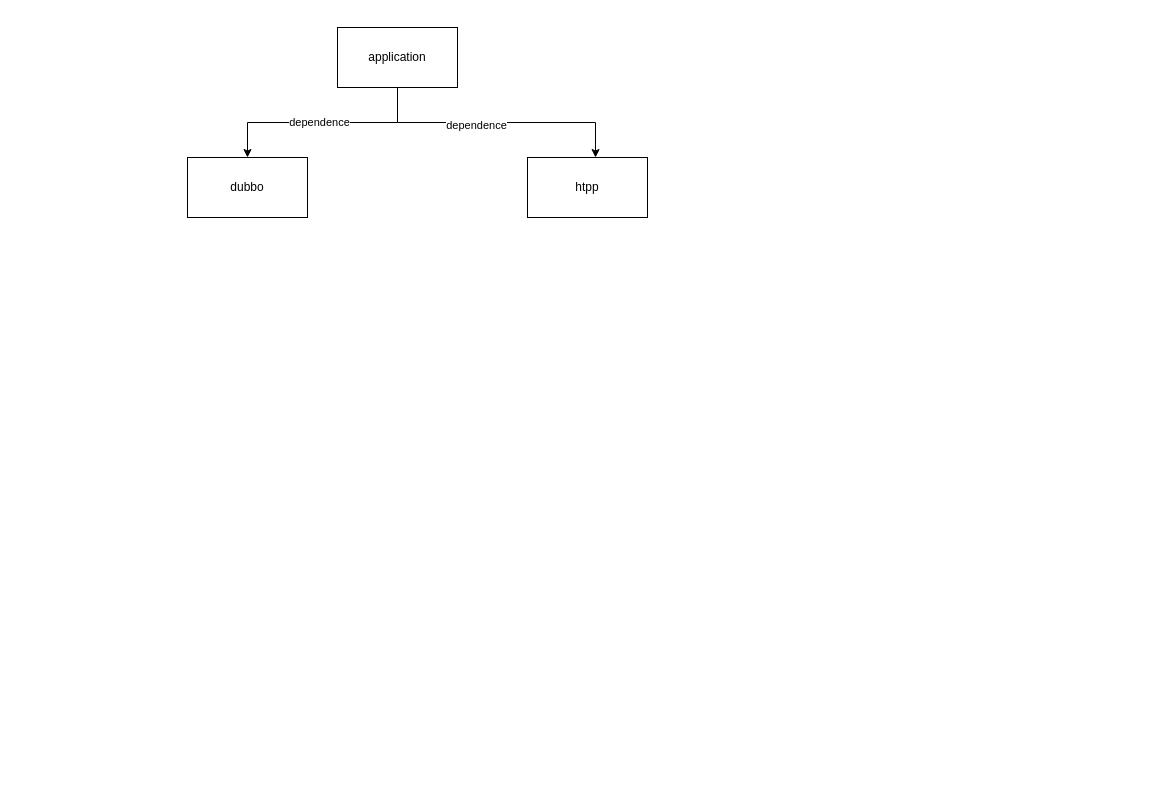
Before: 传易二代脚手架.drawio in catface996/images, a draw.io diagram. Source tidied: cells renumbered, new cells numbered last; positions are measured from the earlier drawing's top-left corner, leaving out a move shared by most shapes. Both pictures are drawn from the tidied source at 100%, with x=0, y=0 at pixel (187, 27).
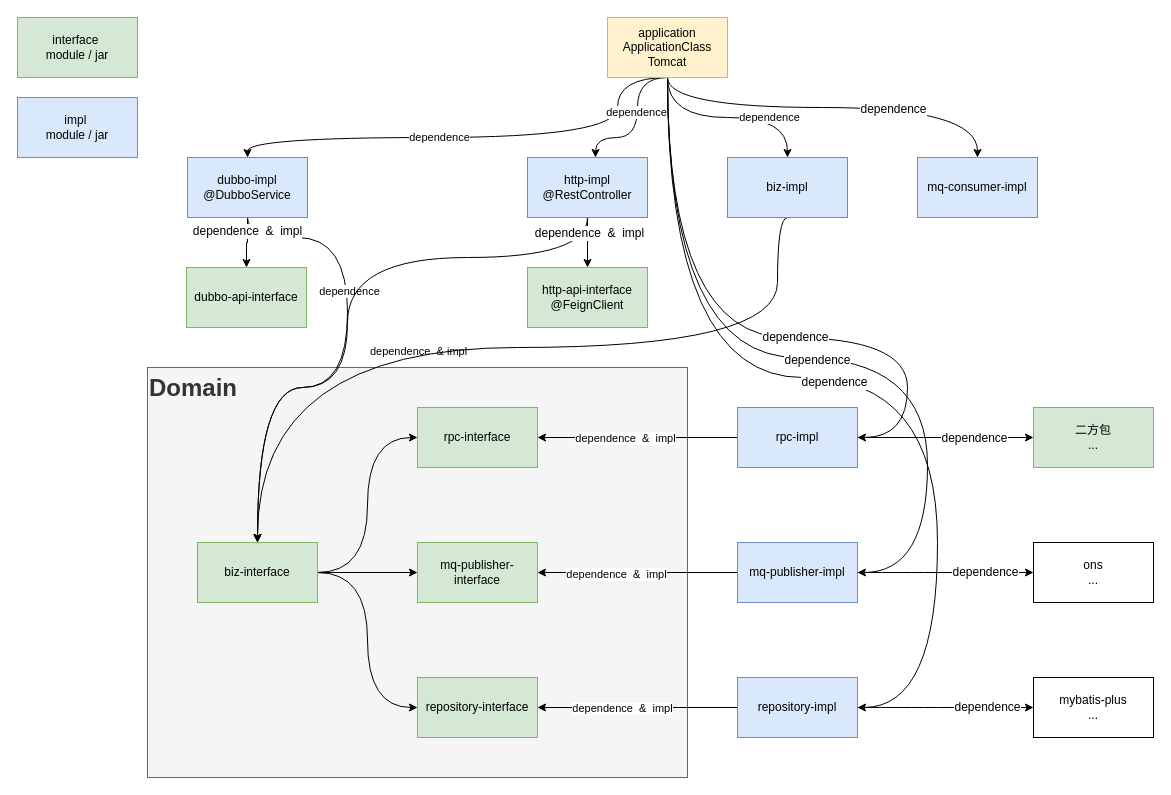
The same page after the edit.

Commit message (it also covers changes not shown here):
更新传易二代脚手架.drawio

Diff of the diagram source:
```diff
@@
+    <mxCell id="9" value="Domain" style="rounded=0;whiteSpace=wrap;html=1;fillColor=#f5f5f5;fontColor=#333333;strokeColor=#666666;verticalAlign=top;align=left;fontStyle=1;fontSize=24;" parent="1" vertex="1">
+      <mxGeometry x="-40" y="340" width="540" height="410" as="geometry" />
+    </mxCell>
-    <mxCell id="2" style="edgeStyle=orthogonalEdgeStyle;rounded=0;jettySize=auto;html=1;entryX=0.5;entryY=0;entryDx=0;entryDy=0;exitX=0.5;exitY=1;exitDx=0;exitDy=0;" parent="1" edge="1" source="6" target="7">
-      <mxGeometry relative="1" as="geometry" />
+    <mxCell id="2" style="edgeStyle=orthogonalEdgeStyle;rounded=0;jettySize=auto;html=1;entryX=0.5;entryY=0;entryDx=0;entryDy=0;exitX=0.5;exitY=1;exitDx=0;exitDy=0;curved=1;" parent="1" edge="1" source="6" target="7">
+      <mxGeometry relative="1" as="geometry">
+        <Array as="points">
+          <mxPoint x="430" y="50" />
+          <mxPoint x="430" y="110" />
+          <mxPoint x="60" y="110" />
+        </Array>
+      </mxGeometry>
     </mxCell>
@@
-    <mxCell id="4" style="edgeStyle=orthogonalEdgeStyle;rounded=0;jettySize=auto;html=1;entryX=0.567;entryY=0;entryDx=0;entryDy=0;entryPerimeter=0;exitX=0.5;exitY=1;exitDx=0;exitDy=0;" parent="1" edge="1" source="6" target="8">
-      <mxGeometry relative="1" as="geometry" />
+    <mxCell id="4" style="edgeStyle=orthogonalEdgeStyle;rounded=0;jettySize=auto;html=1;entryX=0.567;entryY=0;entryDx=0;entryDy=0;entryPerimeter=0;exitX=0.5;exitY=1;exitDx=0;exitDy=0;curved=1;" parent="1" edge="1" source="6" target="8">
+      <mxGeometry relative="1" as="geometry">
+        <Array as="points">
+          <mxPoint x="450" y="50" />
+          <mxPoint x="450" y="110" />
+          <mxPoint x="408" y="110" />
+        </Array>
+      </mxGeometry>
     </mxCell>
@@
+    <mxCell id="10" style="edgeStyle=orthogonalEdgeStyle;rounded=0;jettySize=auto;html=1;entryX=0.5;entryY=0;entryDx=0;entryDy=0;exitX=0.5;exitY=1;exitDx=0;exitDy=0;curved=1;" parent="1" edge="1" source="6" target="33">
+      <mxGeometry relative="1" as="geometry" />
+    </mxCell>
+    <mxCell id="11" value="dependence" style="edgeLabel;html=1;align=center;verticalAlign=middle;" parent="10" vertex="1">
+      <mxGeometry x="0.41" y="1" relative="1" as="geometry" />
+    </mxCell>
+    <mxCell id="12" style="edgeStyle=orthogonalEdgeStyle;curved=1;rounded=0;jettySize=auto;html=1;entryX=0.5;entryY=0;entryDx=0;entryDy=0;fontSize=12;exitX=0.5;exitY=1;exitDx=0;exitDy=0;" parent="1" edge="1" source="6" target="53">
+      <mxGeometry relative="1" as="geometry">
+        <Array as="points">
+          <mxPoint x="480" y="80" />
+          <mxPoint x="790" y="80" />
+        </Array>
+      </mxGeometry>
+    </mxCell>
+    <mxCell id="13" value="dependence" style="edgeLabel;html=1;align=center;verticalAlign=middle;fontSize=12;" parent="12" vertex="1">
+      <mxGeometry x="0.31" y="-1" relative="1" as="geometry" />
+    </mxCell>
+    <mxCell id="14" style="edgeStyle=orthogonalEdgeStyle;curved=1;rounded=0;jettySize=auto;html=1;entryX=1;entryY=0.5;entryDx=0;entryDy=0;fontSize=12;exitX=0.5;exitY=1;exitDx=0;exitDy=0;" parent="1" edge="1" source="6" target="43">
+      <mxGeometry relative="1" as="geometry">
+        <Array as="points">
+          <mxPoint x="480" y="310" />
+          <mxPoint x="720" y="310" />
+          <mxPoint x="720" y="410" />
+        </Array>
+      </mxGeometry>
+    </mxCell>
+    <mxCell id="15" value="dependence" style="edgeLabel;html=1;align=center;verticalAlign=middle;fontSize=12;" parent="14" vertex="1">
+      <mxGeometry x="0.19" y="1" relative="1" as="geometry" />
+    </mxCell>
+    <mxCell id="16" style="edgeStyle=orthogonalEdgeStyle;curved=1;rounded=0;jettySize=auto;html=1;entryX=1;entryY=0.5;entryDx=0;entryDy=0;fontSize=12;exitX=0.5;exitY=1;exitDx=0;exitDy=0;" parent="1" edge="1" source="6" target="48">
+      <mxGeometry relative="1" as="geometry">
+        <Array as="points">
+          <mxPoint x="480" y="330" />
+          <mxPoint x="740" y="330" />
+          <mxPoint x="740" y="545" />
+        </Array>
+      </mxGeometry>
+    </mxCell>
+    <mxCell id="17" value="dependence" style="edgeLabel;html=1;align=center;verticalAlign=middle;fontSize=12;" parent="16" vertex="1">
+      <mxGeometry x="0.04" y="-2" relative="1" as="geometry" />
+    </mxCell>
+    <mxCell id="18" style="edgeStyle=orthogonalEdgeStyle;curved=1;rounded=0;jettySize=auto;html=1;entryX=1;entryY=0.5;entryDx=0;entryDy=0;fontSize=12;exitX=0.5;exitY=1;exitDx=0;exitDy=0;" parent="1" edge="1" source="6" target="52">
+      <mxGeometry relative="1" as="geometry">
+        <Array as="points">
+          <mxPoint x="480" y="350" />
+          <mxPoint x="750" y="350" />
+          <mxPoint x="750" y="680" />
+        </Array>
+      </mxGeometry>
+    </mxCell>
+    <mxCell id="19" value="dependence" style="edgeLabel;html=1;align=center;verticalAlign=middle;fontSize=12;" parent="18" vertex="1">
+      <mxGeometry x="-0.05" y="-4" relative="1" as="geometry" />
+    </mxCell>
-    <mxCell id="6" value="application" style="rounded=0;whiteSpace=wrap;html=1;" parent="1" vertex="1">
-      <mxGeometry x="150" width="120" height="60" as="geometry" />
+    <mxCell id="6" value="application&lt;br&gt;ApplicationClass&lt;br&gt;Tomcat" style="rounded=0;whiteSpace=wrap;html=1;fillColor=#fff2cc;strokeColor=#d6b656;" parent="1" vertex="1">
+      <mxGeometry x="420" y="-10" width="120" height="60" as="geometry" />
     </mxCell>
+    <mxCell id="20" style="edgeStyle=orthogonalEdgeStyle;rounded=0;jettySize=auto;html=1;entryX=0.5;entryY=0;entryDx=0;entryDy=0;curved=1;exitX=0.5;exitY=1;exitDx=0;exitDy=0;" parent="1" edge="1" source="7" target="31">
+      <mxGeometry relative="1" as="geometry">
+        <Array as="points">
+          <mxPoint x="60" y="210" />
+          <mxPoint x="160" y="210" />
+          <mxPoint x="160" y="360" />
+          <mxPoint x="70" y="360" />
+        </Array>
+      </mxGeometry>
+    </mxCell>
+    <mxCell id="21" value="dependence" style="edgeLabel;html=1;align=center;verticalAlign=middle;" parent="20" vertex="1">
+      <mxGeometry x="-0.33" y="1" relative="1" as="geometry" />
+    </mxCell>
+    <mxCell id="22" style="edgeStyle=orthogonalEdgeStyle;rounded=0;jettySize=auto;html=1;entryX=0.5;entryY=0;entryDx=0;entryDy=0;fontSize=24;" parent="1" edge="1" source="7" target="34">
+      <mxGeometry relative="1" as="geometry" />
+    </mxCell>
+    <mxCell id="23" value="dependence&amp;nbsp; &amp;amp;&amp;nbsp; impl" style="edgeLabel;html=1;align=center;verticalAlign=middle;fontSize=12;" parent="22" vertex="1">
+      <mxGeometry x="-0.5" y="-1" relative="1" as="geometry" />
+    </mxCell>
-    <mxCell id="7" value="dubbo" style="rounded=0;whiteSpace=wrap;html=1;" parent="1" vertex="1">
+    <mxCell id="7" value="dubbo-impl&lt;br&gt;@DubboService" style="rounded=0;whiteSpace=wrap;html=1;fillColor=#dae8fc;strokeColor=#6c8ebf;" parent="1" vertex="1">
       <mxGeometry y="130" width="120" height="60" as="geometry" />
     </mxCell>
+    <mxCell id="24" style="edgeStyle=orthogonalEdgeStyle;rounded=0;jettySize=auto;html=1;entryX=0.5;entryY=0;entryDx=0;entryDy=0;exitX=0.5;exitY=1;exitDx=0;exitDy=0;curved=1;" parent="1" edge="1" source="8" target="31">
+      <mxGeometry relative="1" as="geometry">
+        <Array as="points">
+          <mxPoint x="400" y="230" />
+          <mxPoint x="160" y="230" />
+          <mxPoint x="160" y="360" />
+          <mxPoint x="70" y="360" />
+        </Array>
+      </mxGeometry>
+    </mxCell>
+    <mxCell id="25" value="dependence&amp;nbsp; &amp;amp; impl" style="edgeLabel;html=1;align=center;verticalAlign=middle;" parent="24" vertex="1">
+      <mxGeometry x="0.14" relative="1" as="geometry">
+        <mxPoint x="70" as="offset" />
+      </mxGeometry>
+    </mxCell>
+    <mxCell id="26" style="edgeStyle=orthogonalEdgeStyle;rounded=0;jettySize=auto;html=1;entryX=0.5;entryY=0;entryDx=0;entryDy=0;fontSize=12;" parent="1" edge="1" source="8" target="35">
+      <mxGeometry relative="1" as="geometry" />
+    </mxCell>
+    <mxCell id="27" value="dependence&amp;nbsp; &amp;amp;&amp;nbsp; impl" style="edgeLabel;html=1;align=center;verticalAlign=middle;fontSize=12;" parent="26" vertex="1">
+      <mxGeometry x="-0.4" y="1" relative="1" as="geometry" />
+    </mxCell>
-    <mxCell id="8" value="htpp" style="rounded=0;whiteSpace=wrap;html=1;" parent="1" vertex="1">
+    <mxCell id="8" value="http-impl&lt;br&gt;@RestController" style="rounded=0;whiteSpace=wrap;html=1;fillColor=#dae8fc;strokeColor=#6c8ebf;" parent="1" vertex="1">
       <mxGeometry x="340" y="130" width="120" height="60" as="geometry" />
     </mxCell>
+    <mxCell id="28" style="edgeStyle=orthogonalEdgeStyle;rounded=0;jettySize=auto;html=1;entryX=0;entryY=0.5;entryDx=0;entryDy=0;curved=1;" parent="1" edge="1" source="31" target="36">
+      <mxGeometry relative="1" as="geometry" />
+    </mxCell>
+    <mxCell id="29" style="edgeStyle=orthogonalEdgeStyle;rounded=0;jettySize=auto;html=1;entryX=0;entryY=0.5;entryDx=0;entryDy=0;" parent="1" edge="1" source="31" target="37">
+      <mxGeometry relative="1" as="geometry" />
+    </mxCell>
+    <mxCell id="30" style="edgeStyle=orthogonalEdgeStyle;rounded=0;jettySize=auto;html=1;entryX=0;entryY=0.5;entryDx=0;entryDy=0;curved=1;exitX=1;exitY=0.5;exitDx=0;exitDy=0;" parent="1" edge="1" source="31" target="38">
+      <mxGeometry relative="1" as="geometry" />
+    </mxCell>
+    <mxCell id="31" value="biz-interface&lt;br&gt;" style="rounded=0;whiteSpace=wrap;html=1;fillColor=#d5e8d4;strokeColor=#82b366;" parent="1" vertex="1">
+      <mxGeometry x="10" y="515" width="120" height="60" as="geometry" />
+    </mxCell>
+    <mxCell id="32" style="edgeStyle=orthogonalEdgeStyle;rounded=0;jettySize=auto;html=1;entryX=0.5;entryY=0;entryDx=0;entryDy=0;curved=1;exitX=0.5;exitY=1;exitDx=0;exitDy=0;" parent="1" edge="1" source="33" target="31">
+      <mxGeometry relative="1" as="geometry">
+        <Array as="points">
+          <mxPoint x="590" y="320" />
+          <mxPoint x="70" y="320" />
+        </Array>
+      </mxGeometry>
+    </mxCell>
+    <mxCell id="33" value="biz-impl" style="rounded=0;whiteSpace=wrap;html=1;fillColor=#dae8fc;strokeColor=#6c8ebf;" parent="1" vertex="1">
+      <mxGeometry x="540" y="130" width="120" height="60" as="geometry" />
+    </mxCell>
+    <mxCell id="34" value="dubbo-api-interface" style="rounded=0;whiteSpace=wrap;html=1;fillColor=#d5e8d4;strokeColor=#82b366;" parent="1" vertex="1">
+      <mxGeometry x="-1" y="240" width="120" height="60" as="geometry" />
+    </mxCell>
+    <mxCell id="35" value="http-api-interface&lt;br&gt;@FeignClient" style="rounded=0;whiteSpace=wrap;html=1;fillColor=#d5e8d4;strokeColor=#82b366;" parent="1" vertex="1">
+      <mxGeometry x="340" y="240" width="120" height="60" as="geometry" />
+    </mxCell>
+    <mxCell id="36" value="rpc-interface" style="rounded=0;whiteSpace=wrap;html=1;fillColor=#d5e8d4;strokeColor=#82b366;" parent="1" vertex="1">
+      <mxGeometry x="230" y="380" width="120" height="60" as="geometry" />
+    </mxCell>
+    <mxCell id="37" value="mq-publisher-interface" style="rounded=0;whiteSpace=wrap;html=1;fillColor=#d5e8d4;strokeColor=#82b366;" parent="1" vertex="1">
+      <mxGeometry x="230" y="515" width="120" height="60" as="geometry" />
+    </mxCell>
+    <mxCell id="38" value="repository-interface" style="rounded=0;whiteSpace=wrap;html=1;fillColor=#d5e8d4;strokeColor=#82b366;" parent="1" vertex="1">
+      <mxGeometry x="230" y="650" width="120" height="60" as="geometry" />
+    </mxCell>
+    <mxCell id="39" style="edgeStyle=orthogonalEdgeStyle;rounded=0;jettySize=auto;html=1;entryX=1;entryY=0.5;entryDx=0;entryDy=0;" parent="1" edge="1" source="43" target="36">
+      <mxGeometry relative="1" as="geometry" />
+    </mxCell>
+    <mxCell id="40" value="dependence&amp;nbsp; &amp;amp;&amp;nbsp; impl" style="edgeLabel;html=1;align=center;verticalAlign=middle;" parent="39" vertex="1">
+      <mxGeometry x="0.33" relative="1" as="geometry">
+        <mxPoint x="20" as="offset" />
+      </mxGeometry>
+    </mxCell>
+    <mxCell id="41" style="edgeStyle=orthogonalEdgeStyle;curved=1;rounded=0;jettySize=auto;html=1;entryX=0;entryY=0.5;entryDx=0;entryDy=0;fontSize=12;" parent="1" edge="1" source="43" target="54">
+      <mxGeometry relative="1" as="geometry" />
+    </mxCell>
+    <mxCell id="42" value="dependence" style="edgeLabel;html=1;align=center;verticalAlign=middle;fontSize=12;" parent="41" vertex="1">
+      <mxGeometry x="0.32" relative="1" as="geometry" />
+    </mxCell>
+    <mxCell id="43" value="rpc-impl" style="rounded=0;whiteSpace=wrap;html=1;fillColor=#dae8fc;strokeColor=#6c8ebf;" parent="1" vertex="1">
+      <mxGeometry x="550" y="380" width="120" height="60" as="geometry" />
+    </mxCell>
+    <mxCell id="44" style="edgeStyle=orthogonalEdgeStyle;rounded=0;jettySize=auto;html=1;entryX=1;entryY=0.5;entryDx=0;entryDy=0;" parent="1" edge="1" source="48" target="37">
+      <mxGeometry relative="1" as="geometry" />
+    </mxCell>
+    <mxCell id="45" value="dependence&amp;nbsp; &amp;amp;&amp;nbsp; impl" style="edgeLabel;html=1;align=center;verticalAlign=middle;" parent="44" vertex="1">
+      <mxGeometry x="0.22" y="1" relative="1" as="geometry" />
+    </mxCell>
+    <mxCell id="46" style="edgeStyle=orthogonalEdgeStyle;curved=1;rounded=0;jettySize=auto;html=1;entryX=0;entryY=0.5;entryDx=0;entryDy=0;fontSize=12;" parent="1" edge="1" source="48" target="55">
+      <mxGeometry relative="1" as="geometry" />
+    </mxCell>
+    <mxCell id="47" value="dependence" style="edgeLabel;html=1;align=center;verticalAlign=middle;fontSize=12;" parent="46" vertex="1">
+      <mxGeometry x="0.44" y="1" relative="1" as="geometry" />
+    </mxCell>
+    <mxCell id="48" value="mq-publisher-impl" style="rounded=0;whiteSpace=wrap;html=1;fillColor=#dae8fc;strokeColor=#6c8ebf;" parent="1" vertex="1">
+      <mxGeometry x="550" y="515" width="120" height="60" as="geometry" />
+    </mxCell>
+    <mxCell id="49" style="edgeStyle=orthogonalEdgeStyle;rounded=0;jettySize=auto;html=1;entryX=1;entryY=0.5;entryDx=0;entryDy=0;" parent="1" edge="1" source="52" target="38">
+      <mxGeometry relative="1" as="geometry" />
+    </mxCell>
+    <mxCell id="50" value="dependence&amp;nbsp; &amp;amp;&amp;nbsp; impl" style="edgeLabel;html=1;align=center;verticalAlign=middle;" parent="49" vertex="1">
+      <mxGeometry x="0.16" relative="1" as="geometry" />
+    </mxCell>
+    <mxCell id="51" value="dependence" style="edgeStyle=orthogonalEdgeStyle;curved=1;rounded=0;jettySize=auto;html=1;entryX=0;entryY=0.5;entryDx=0;entryDy=0;fontSize=12;" parent="1" edge="1" source="52" target="56">
+      <mxGeometry x="0.48" relative="1" as="geometry" />
+    </mxCell>
+    <mxCell id="52" value="repository-impl" style="rounded=0;whiteSpace=wrap;html=1;fillColor=#dae8fc;strokeColor=#6c8ebf;" parent="1" vertex="1">
+      <mxGeometry x="550" y="650" width="120" height="60" as="geometry" />
+    </mxCell>
+    <mxCell id="53" value="mq-consumer-impl" style="rounded=0;whiteSpace=wrap;html=1;fontSize=12;fillColor=#dae8fc;strokeColor=#6c8ebf;" parent="1" vertex="1">
+      <mxGeometry x="730" y="130" width="120" height="60" as="geometry" />
+    </mxCell>
+    <mxCell id="54" value="二方包&lt;br&gt;..." style="rounded=0;whiteSpace=wrap;html=1;fontSize=12;fillColor=#d5e8d4;strokeColor=#82b366;" parent="1" vertex="1">
+      <mxGeometry x="846" y="380" width="120" height="60" as="geometry" />
+    </mxCell>
+    <mxCell id="55" value="ons&lt;br&gt;..." style="rounded=0;whiteSpace=wrap;html=1;fontSize=12;" parent="1" vertex="1">
+      <mxGeometry x="846" y="515" width="120" height="60" as="geometry" />
+    </mxCell>
+    <mxCell id="56" value="mybatis-plus&lt;br&gt;..." style="rounded=0;whiteSpace=wrap;html=1;fontSize=12;" parent="1" vertex="1">
+      <mxGeometry x="846" y="650" width="120" height="60" as="geometry" />
+    </mxCell>
+    <mxCell id="57" value="interface&amp;nbsp;&lt;br&gt;module / jar" style="rounded=0;whiteSpace=wrap;html=1;fontSize=12;fillColor=#d5e8d4;strokeColor=#82b366;" parent="1" vertex="1">
+      <mxGeometry x="-170" y="-10" width="120" height="60" as="geometry" />
+    </mxCell>
+    <mxCell id="58" value="impl&amp;nbsp;&lt;br&gt;module / jar" style="rounded=0;whiteSpace=wrap;html=1;fontSize=12;fillColor=#dae8fc;strokeColor=#6c8ebf;" parent="1" vertex="1">
+      <mxGeometry x="-170" y="70" width="120" height="60" as="geometry" />
+    </mxCell>
```
